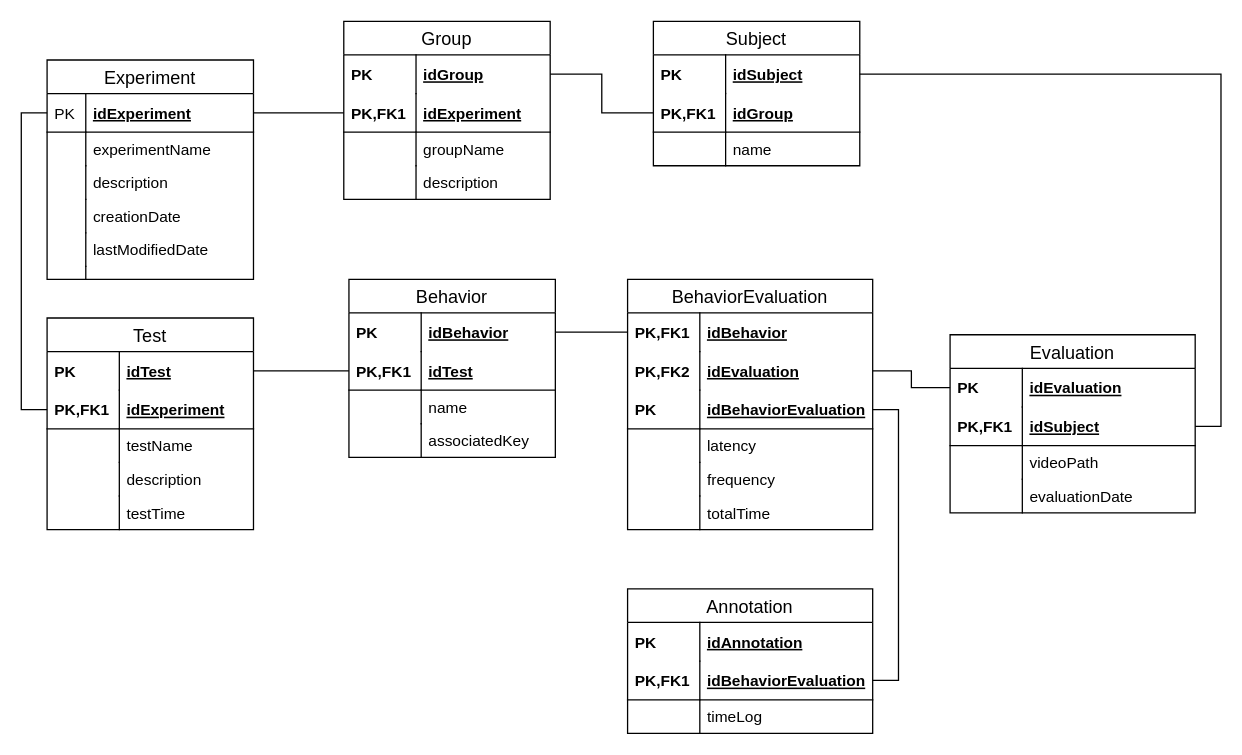
Above: docs/relational.drawio in Manolomon/uvehavior-desktop (draw.io), before the change. Source tidied: cells renumbered, new cells numbered last; positions are measured from the earlier drawing's top-left corner, leaving out a move shared by most shapes. Both pictures are drawn from the tidied source at 129%, with x=0, y=0 at pixel (46, 21).
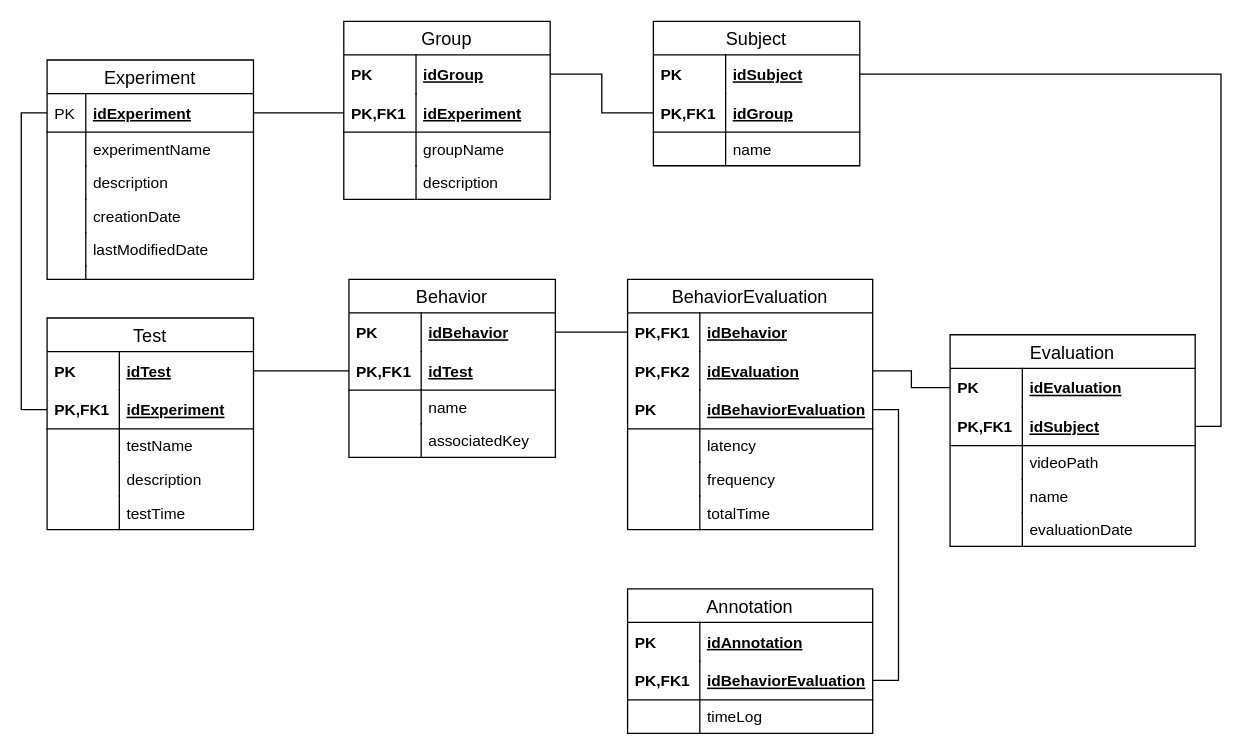
Above is the later version.

The edit, as a diff of the source:
```diff
@@
     <mxCell id="55" value="Evaluation" style="swimlane;fontStyle=0;horizontal=1;startSize=26;align=center;fontSize=14;" parent="1" vertex="1">
-      <mxGeometry x="700" y="243" width="190" height="138" as="geometry" />
+      <mxGeometry x="700" y="243" width="190" height="164" as="geometry" />
     </mxCell>
@@
+    <mxCell id="88" value="name" style="shape=partialRectangle;top=0;left=0;right=0;bottom=0;align=left;verticalAlign=top;fillColor=none;spacingLeft=60;spacingRight=4;overflow=hidden;fontSize=12;" parent="55" vertex="1">
+      <mxGeometry y="112" width="190" height="26" as="geometry" />
+    </mxCell>
+    <mxCell id="89" style="shape=partialRectangle;top=0;left=0;bottom=0;fillColor=none;align=left;verticalAlign=top;spacingLeft=4;spacingRight=4;overflow=hidden;fontSize=12;" parent="88" vertex="1">
+      <mxGeometry width="56" height="26" as="geometry" />
+    </mxCell>
     <mxCell id="62" value="evaluationDate" style="shape=partialRectangle;top=0;left=0;right=0;bottom=0;align=left;verticalAlign=top;fillColor=none;spacingLeft=60;spacingRight=4;overflow=hidden;fontSize=12;" parent="55" vertex="1">
-      <mxGeometry y="112" width="190" height="26" as="geometry" />
+      <mxGeometry y="138" width="190" height="26" as="geometry" />
     </mxCell>
```
